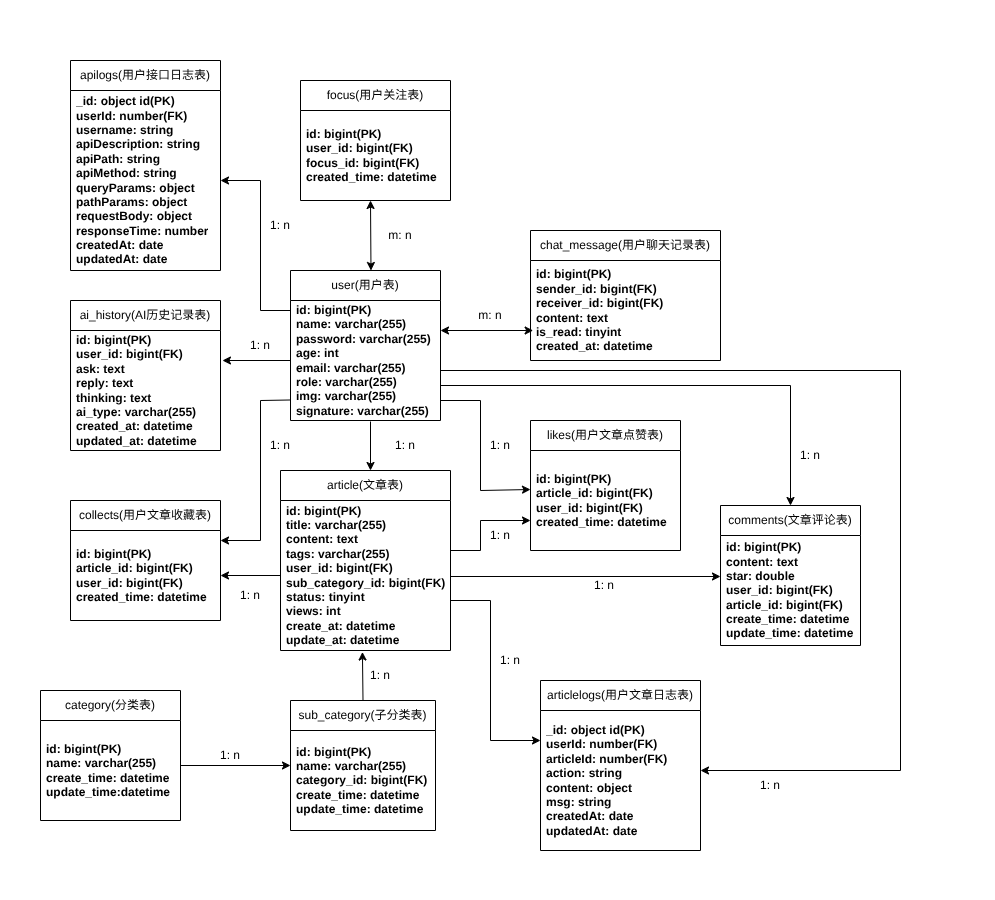
Before: static/pic/er.drawio.png, a diagram exported from draw.io (hongch666/mix-web-demo). Source tidied: cells renumbered, new cells last; positions are measured from the earlier drawing's top-left corner, leaving out a move shared by most shapes.
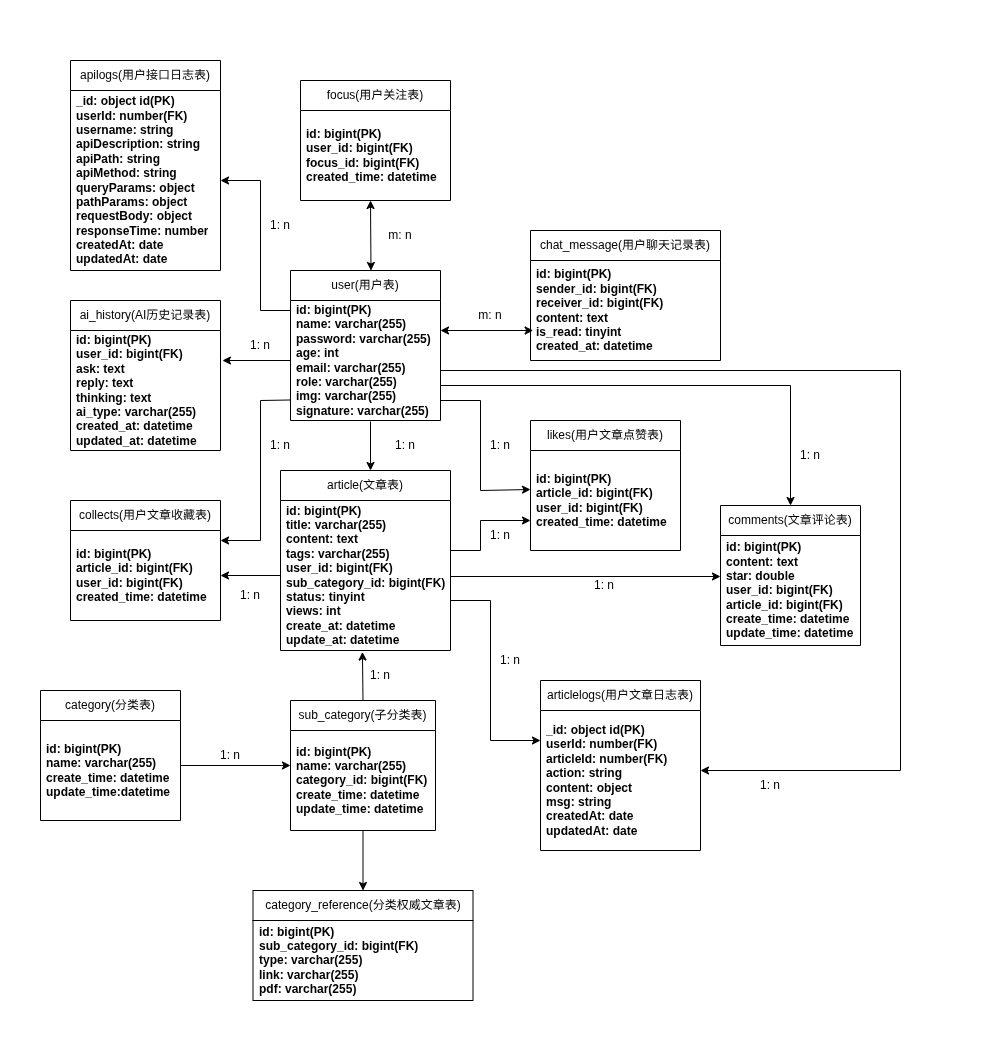
Above is the later version.

What changed in the source:
```diff
@@ -14,6 +14,9 @@
     <mxCell id="5" value="&lt;b&gt;id: bigint(PK)&lt;br&gt;&lt;/b&gt;&lt;div&gt;&lt;b&gt;title:&amp;nbsp;&lt;/b&gt;&lt;b style=&quot;background-color: transparent; scrollbar-color: rgb(75, 75, 75) rgb(27, 29, 30);&quot;&gt;varchar(255)&lt;/b&gt;&lt;/div&gt;&lt;div&gt;&lt;b&gt;content: text&lt;/b&gt;&lt;/div&gt;&lt;div&gt;&lt;b&gt;tags:&amp;nbsp;&lt;/b&gt;&lt;b style=&quot;background-color: transparent; scrollbar-color: rgb(75, 75, 75) rgb(27, 29, 30);&quot;&gt;varchar(255)&lt;/b&gt;&lt;/div&gt;&lt;div&gt;&lt;b&gt;user_id: bigint(FK)&lt;/b&gt;&lt;/div&gt;&lt;div&gt;&lt;b&gt;sub_category_id: bigint(FK)&lt;/b&gt;&lt;/div&gt;&lt;div&gt;&lt;b&gt;status: tinyint&lt;/b&gt;&lt;/div&gt;&lt;div&gt;&lt;b&gt;views: int&lt;/b&gt;&lt;/div&gt;&lt;div&gt;&lt;b&gt;create_at: datetime&lt;/b&gt;&lt;/div&gt;&lt;div&gt;&lt;b&gt;update_at: datetime&lt;/b&gt;&lt;/div&gt;" style="text;strokeColor=none;fillColor=none;align=left;verticalAlign=middle;spacingLeft=4;spacingRight=4;overflow=hidden;points=[[0,0.5],[1,0.5]];portConstraint=eastwest;whiteSpace=wrap;html=1;fontColor=default;" parent="4" vertex="1">
       <mxGeometry y="30" width="170" height="150" as="geometry" />
     </mxCell>
+    <mxCell id="73" style="edgeStyle=none;html=1;entryX=0.5;entryY=0;entryDx=0;entryDy=0;" parent="1" edge="1" source="6" target="74">
+      <mxGeometry relative="1" as="geometry" />
+    </mxCell>
     <mxCell id="6" value="sub_category&lt;span style=&quot;&quot;&gt;(子分类表)&lt;/span&gt;" style="swimlane;fontStyle=0;horizontal=1;startSize=30;whiteSpace=wrap;html=1;fontColor=default;" parent="1" vertex="1">
       <mxGeometry x="290" y="700" width="145" height="130" as="geometry" />
     </mxCell>
@@ -238,7 +241,7 @@
       <mxGeometry y="370" width="10" height="30" as="geometry" />
     </mxCell>
     <mxCell id="56" style="rounded=0;whiteSpace=wrap;html=1;textOpacity=0;labelBorderColor=light-dark(#000000,#FFFFFF);fontColor=none;noLabel=1;strokeColor=none;" parent="1" vertex="1">
-      <mxGeometry x="450" y="870" width="10" height="30" as="geometry" />
+      <mxGeometry x="425" y="1020" width="10" height="30" as="geometry" />
     </mxCell>
     <mxCell id="57" value="1: n" style="text;html=1;align=center;verticalAlign=middle;whiteSpace=wrap;rounded=0;" parent="1" vertex="1">
       <mxGeometry x="250" y="210" width="60" height="30" as="geometry" />
@@ -288,5 +291,11 @@
     <mxCell id="72" value="m: n" style="text;html=1;align=center;verticalAlign=middle;whiteSpace=wrap;rounded=0;" parent="1" vertex="1">
       <mxGeometry x="460" y="300" width="60" height="30" as="geometry" />
     </mxCell>
+    <mxCell id="74" value="category_reference&lt;span style=&quot;&quot;&gt;(分类权威文章表)&lt;/span&gt;" style="swimlane;fontStyle=0;horizontal=1;startSize=30;whiteSpace=wrap;html=1;fontColor=default;" parent="1" vertex="1">
+      <mxGeometry x="252.5" y="890" width="220" height="110" as="geometry" />
+    </mxCell>
+    <mxCell id="75" value="&lt;b&gt;id: bigint(PK)&lt;/b&gt;&lt;div&gt;&lt;span style=&quot;background-color: initial;&quot;&gt;&lt;b&gt;sub_category_id: bigint(FK)&lt;/b&gt;&lt;br&gt;&lt;b&gt;type: varchar(255)&lt;/b&gt;&lt;/span&gt;&lt;b style=&quot;background-color: initial;&quot;&gt;&amp;nbsp;&lt;/b&gt;&lt;/div&gt;&lt;div&gt;&lt;/div&gt;&lt;b style=&quot;border-color: rgb(218, 220, 224);&quot;&gt;link:&amp;nbsp;&lt;b style=&quot;border-color: rgb(218, 220, 224);&quot;&gt;varchar(255)&lt;br&gt;&lt;b style=&quot;border-color: rgb(218, 220, 224);&quot;&gt;pdf:&amp;nbsp;&lt;b style=&quot;border-color: rgb(218, 220, 224);&quot;&gt;varchar(255)&lt;/b&gt;&lt;/b&gt;&lt;/b&gt;&lt;/b&gt;&lt;div&gt;&lt;/div&gt;&lt;div&gt;&lt;div style=&quot;scrollbar-color: rgb(75, 75, 75) rgb(27, 29, 30);&quot;&gt;&lt;/div&gt;&lt;/div&gt;" style="text;strokeColor=none;fillColor=none;align=left;verticalAlign=middle;spacingLeft=4;spacingRight=4;overflow=hidden;whiteSpace=wrap;html=1;fontColor=default;" parent="74" vertex="1">
+      <mxGeometry y="30" width="220" height="80" as="geometry" />
+    </mxCell>
   </root>
 </mxGraphModel>
```
